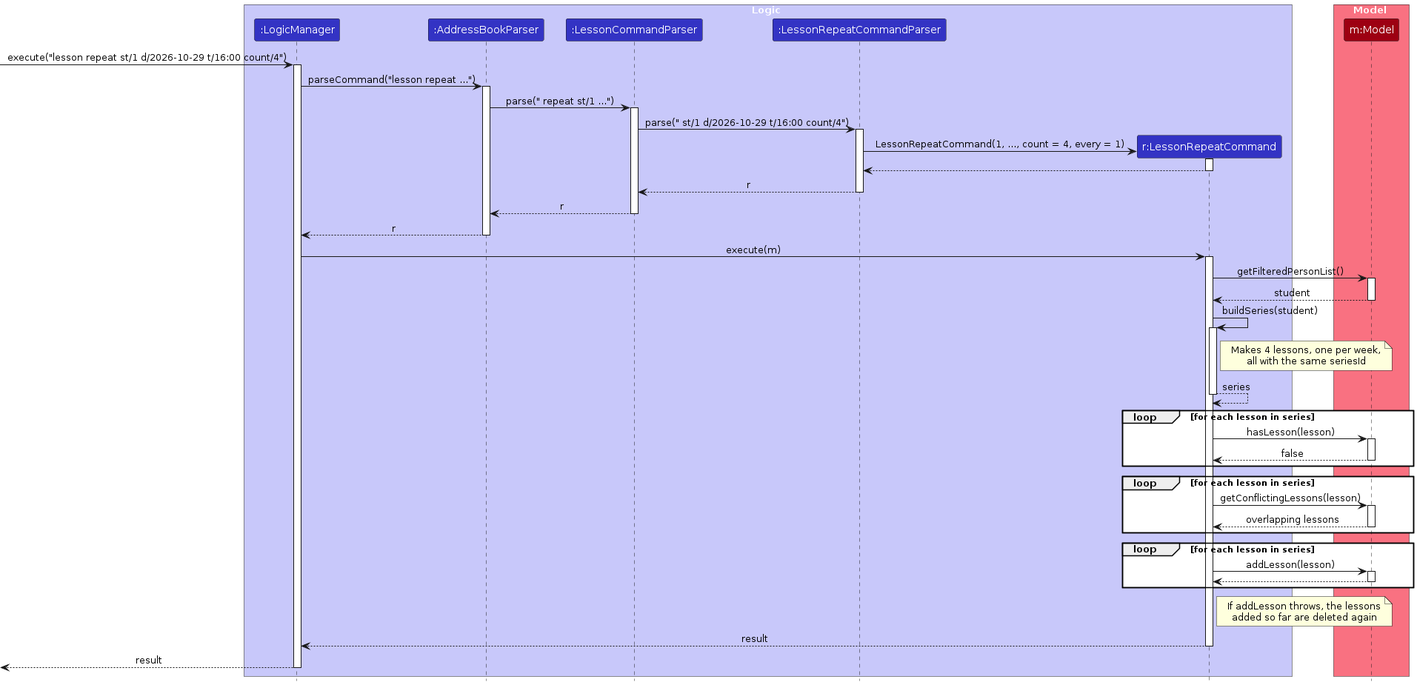
Earlier version of the PlantUML export diagrams/LessonRepeatSequenceDiagram.png (AY2627S1-CS2103T-F15-1/tp). Its source is kept beside it as diagrams/LessonRepeatSequenceDiagram.puml. Source of this version:
```plantuml
@startuml
!include style.puml
skinparam ArrowFontStyle plain

box Logic LOGIC_COLOR_T1
participant ":LogicManager" as LogicManager LOGIC_COLOR
participant ":AddressBookParser" as AddressBookParser LOGIC_COLOR
participant ":LessonCommandParser" as LessonCommandParser LOGIC_COLOR
participant ":LessonRepeatCommandParser" as LessonRepeatCommandParser LOGIC_COLOR
participant "r:LessonRepeatCommand" as LessonRepeatCommand LOGIC_COLOR
end box

box Model MODEL_COLOR_T1
participant "m:Model" as Model MODEL_COLOR
end box

[-> LogicManager : execute("lesson repeat st/1 d/2026-10-29 t/16:00 count/4")
activate LogicManager

LogicManager -> AddressBookParser : parseCommand("lesson repeat ...")
activate AddressBookParser

AddressBookParser -> LessonCommandParser : parse(" repeat st/1 ...")
activate LessonCommandParser

LessonCommandParser -> LessonRepeatCommandParser : parse(" st/1 d/2026-10-29 t/16:00 count/4")
activate LessonRepeatCommandParser

create LessonRepeatCommand
LessonRepeatCommandParser -> LessonRepeatCommand : LessonRepeatCommand(1, ..., count = 4, every = 1)
activate LessonRepeatCommand
LessonRepeatCommand --> LessonRepeatCommandParser
deactivate LessonRepeatCommand

LessonRepeatCommandParser --> LessonCommandParser : r
deactivate LessonRepeatCommandParser
LessonCommandParser --> AddressBookParser : r
deactivate LessonCommandParser
AddressBookParser --> LogicManager : r
deactivate AddressBookParser

LogicManager -> LessonRepeatCommand : execute(m)
activate LessonRepeatCommand

LessonRepeatCommand -> Model : getFilteredPersonList()
activate Model
Model --> LessonRepeatCommand : student
deactivate Model

LessonRepeatCommand -> LessonRepeatCommand : buildSeries(student)
activate LessonRepeatCommand
note right of LessonRepeatCommand : Makes 4 lessons, one per week,\nall with the same seriesId
LessonRepeatCommand --> LessonRepeatCommand : series
deactivate LessonRepeatCommand

loop for each lesson in series
    LessonRepeatCommand -> Model : hasLesson(lesson)
    activate Model
    Model --> LessonRepeatCommand : false
    deactivate Model
end

loop for each lesson in series
    LessonRepeatCommand -> Model : getConflictingLessons(lesson)
    activate Model
    Model --> LessonRepeatCommand : overlapping lessons
    deactivate Model
end

loop for each lesson in series
    LessonRepeatCommand -> Model : addLesson(lesson)
    activate Model
    Model --> LessonRepeatCommand
    deactivate Model
end
note right of LessonRepeatCommand : If addLesson throws, the lessons\nadded so far are deleted again

LessonRepeatCommand --> LogicManager : result
deactivate LessonRepeatCommand

[<--LogicManager : result
deactivate LogicManager
@enduml
```
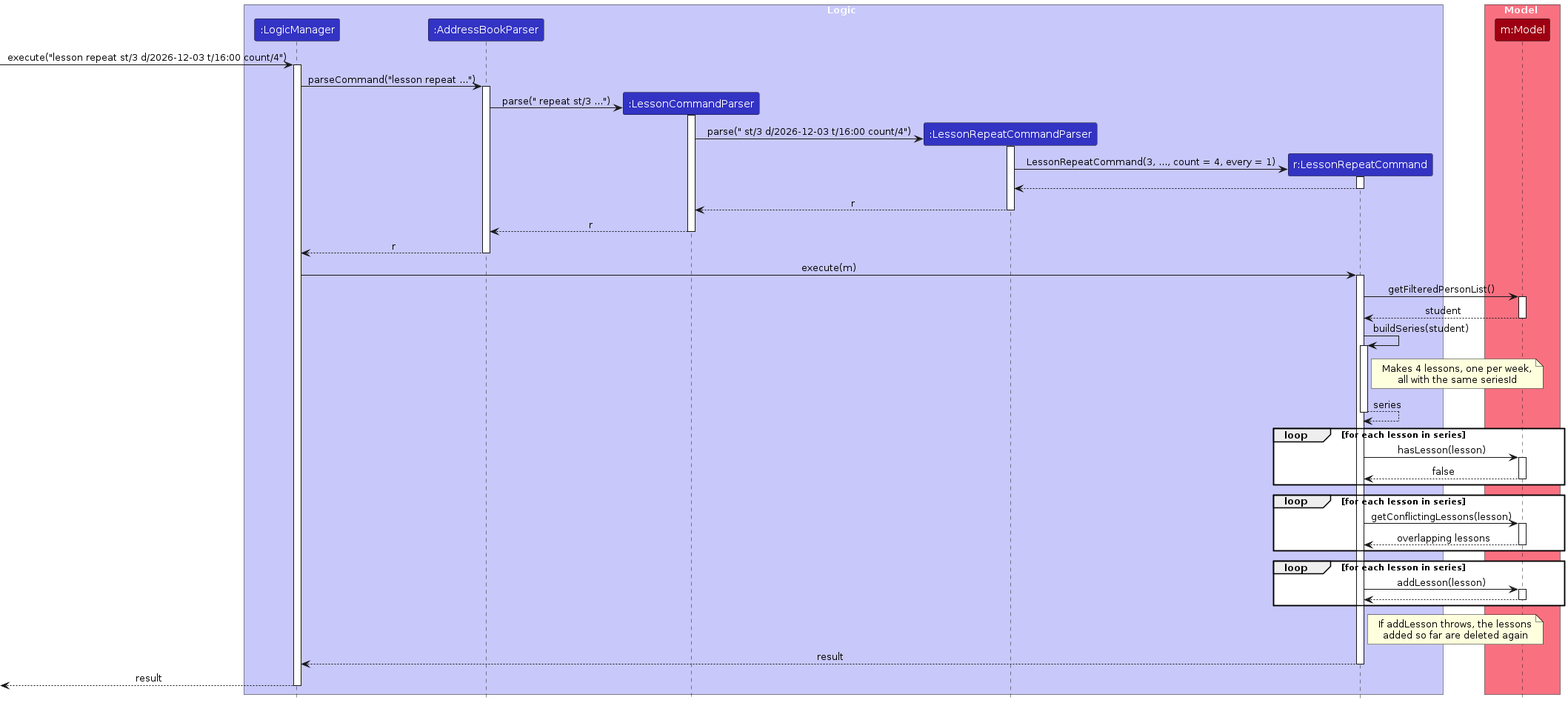
The same diagram one commit later.

What changed in the source:
```diff
@@ -14,20 +14,22 @@
 participant "m:Model" as Model MODEL_COLOR
 end box
 
-[-> LogicManager : execute("lesson repeat st/1 d/2026-10-29 t/16:00 count/4")
+[-> LogicManager : execute("lesson repeat st/3 d/2026-12-03 t/16:00 count/4")
 activate LogicManager
 
 LogicManager -> AddressBookParser : parseCommand("lesson repeat ...")
 activate AddressBookParser
 
-AddressBookParser -> LessonCommandParser : parse(" repeat st/1 ...")
+create LessonCommandParser
+AddressBookParser -> LessonCommandParser : parse(" repeat st/3 ...")
 activate LessonCommandParser
 
-LessonCommandParser -> LessonRepeatCommandParser : parse(" st/1 d/2026-10-29 t/16:00 count/4")
+create LessonRepeatCommandParser
+LessonCommandParser -> LessonRepeatCommandParser : parse(" st/3 d/2026-12-03 t/16:00 count/4")
 activate LessonRepeatCommandParser
 
 create LessonRepeatCommand
-LessonRepeatCommandParser -> LessonRepeatCommand : LessonRepeatCommand(1, ..., count = 4, every = 1)
+LessonRepeatCommandParser -> LessonRepeatCommand : LessonRepeatCommand(3, ..., count = 4, every = 1)
 activate LessonRepeatCommand
 LessonRepeatCommand --> LessonRepeatCommandParser
 deactivate LessonRepeatCommand
```
